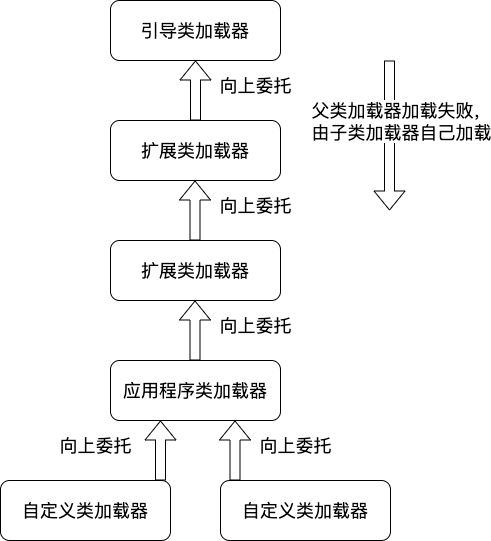
yinyg/notes keeps this draw.io diagram as jvm/images/双亲委派机制.png. Above is the earlier version. Source tidied: cells renumbered, new cells last; positions are measured from the earlier drawing's top-left corner, leaving out a move shared by most shapes. Source of this version:
```xml
<mxGraphModel>
  <root>
    <mxCell id="0" />
    <mxCell id="1" parent="0" />
    <mxCell id="2" value="&lt;font style=&quot;font-size: 18px;&quot;&gt;引导类加载器&lt;/font&gt;" style="rounded=1;whiteSpace=wrap;html=1;" parent="1" vertex="1">
      <mxGeometry x="110" width="170" height="60" as="geometry" />
    </mxCell>
    <mxCell id="3" style="edgeStyle=orthogonalEdgeStyle;shape=flexArrow;rounded=0;jettySize=auto;html=1;exitX=0.5;exitY=0;exitDx=0;exitDy=0;fontSize=18;" parent="1" edge="1" source="4" target="2">
      <mxGeometry relative="1" as="geometry" />
    </mxCell>
    <mxCell id="4" value="&lt;font style=&quot;font-size: 18px;&quot;&gt;扩展类加载器&lt;/font&gt;" style="rounded=1;whiteSpace=wrap;html=1;" parent="1" vertex="1">
      <mxGeometry x="110" y="120" width="170" height="60" as="geometry" />
    </mxCell>
    <mxCell id="5" value="&lt;font style=&quot;font-size: 18px;&quot;&gt;扩展类加载器&lt;/font&gt;" style="rounded=1;whiteSpace=wrap;html=1;" parent="1" vertex="1">
      <mxGeometry x="110" y="240" width="170" height="60" as="geometry" />
    </mxCell>
    <mxCell id="6" value="&lt;font style=&quot;font-size: 18px;&quot;&gt;应用程序类加载器&lt;/font&gt;" style="rounded=1;whiteSpace=wrap;html=1;" parent="1" vertex="1">
      <mxGeometry x="110" y="360" width="170" height="60" as="geometry" />
    </mxCell>
    <mxCell id="7" value="&lt;font style=&quot;font-size: 18px;&quot;&gt;自定义类加载器&lt;/font&gt;" style="rounded=1;whiteSpace=wrap;html=1;" parent="1" vertex="1">
      <mxGeometry x="220" y="480" width="170" height="60" as="geometry" />
    </mxCell>
    <mxCell id="8" value="&lt;font style=&quot;font-size: 18px;&quot;&gt;自定义类加载器&lt;/font&gt;" style="rounded=1;whiteSpace=wrap;html=1;" parent="1" vertex="1">
      <mxGeometry y="480" width="170" height="60" as="geometry" />
    </mxCell>
    <mxCell id="9" value="向上委托" style="text;html=1;align=center;verticalAlign=middle;strokeColor=none;fillColor=none;fontSize=18;" parent="1" vertex="1">
      <mxGeometry x="210" y="310" width="90" height="30" as="geometry" />
    </mxCell>
    <mxCell id="10" value="向上委托" style="text;html=1;align=center;verticalAlign=middle;strokeColor=none;fillColor=none;fontSize=18;" parent="1" vertex="1">
      <mxGeometry x="210" y="190" width="90" height="30" as="geometry" />
    </mxCell>
    <mxCell id="11" value="向上委托" style="text;html=1;align=center;verticalAlign=middle;strokeColor=none;fillColor=none;fontSize=18;" parent="1" vertex="1">
      <mxGeometry x="50" y="430" width="90" height="30" as="geometry" />
    </mxCell>
    <mxCell id="12" value="向上委托" style="text;html=1;align=center;verticalAlign=middle;strokeColor=none;fillColor=none;fontSize=18;" parent="1" vertex="1">
      <mxGeometry x="250" y="430" width="90" height="30" as="geometry" />
    </mxCell>
    <mxCell id="13" value="向上委托" style="text;html=1;align=center;verticalAlign=middle;strokeColor=none;fillColor=none;fontSize=18;" parent="1" vertex="1">
      <mxGeometry x="210" y="70" width="90" height="30" as="geometry" />
    </mxCell>
    <mxCell id="14" style="edgeStyle=orthogonalEdgeStyle;shape=flexArrow;rounded=0;orthogonalLoop=1;jettySize=auto;html=1;exitX=0.25;exitY=1;exitDx=0;exitDy=0;fontSize=18;" parent="1" edge="1">
      <mxGeometry relative="1" as="geometry">
        <mxPoint x="389" y="60" as="sourcePoint" />
        <mxPoint x="389" y="210" as="targetPoint" />
        <Array as="points">
          <mxPoint x="389" y="60" />
          <mxPoint x="389" y="60" />
        </Array>
      </mxGeometry>
    </mxCell>
    <mxCell id="15" value="父类加载器加载失败，&lt;br&gt;由子类加载器自己加载" style="edgeLabel;html=1;align=center;verticalAlign=middle;fontSize=18;" parent="1" vertex="1">
      <mxGeometry x="400" y="120" as="geometry" />
    </mxCell>
    <mxCell id="16" style="edgeStyle=orthogonalEdgeStyle;shape=flexArrow;rounded=0;orthogonalLoop=1;jettySize=auto;html=1;exitX=0.5;exitY=0;exitDx=0;exitDy=0;fontSize=18;" parent="1" edge="1">
      <mxGeometry relative="1" as="geometry">
        <mxPoint x="194.5" y="360" as="sourcePoint" />
        <mxPoint x="194.5" y="300" as="targetPoint" />
      </mxGeometry>
    </mxCell>
    <mxCell id="17" style="edgeStyle=orthogonalEdgeStyle;shape=flexArrow;rounded=0;orthogonalLoop=1;jettySize=auto;html=1;exitX=0.5;exitY=0;exitDx=0;exitDy=0;fontSize=18;" parent="1" edge="1">
      <mxGeometry relative="1" as="geometry">
        <mxPoint x="194.5" y="240" as="sourcePoint" />
        <mxPoint x="194.5" y="180" as="targetPoint" />
      </mxGeometry>
    </mxCell>
    <mxCell id="18" style="edgeStyle=orthogonalEdgeStyle;shape=flexArrow;rounded=0;orthogonalLoop=1;jettySize=auto;html=1;exitX=0.5;exitY=0;exitDx=0;exitDy=0;fontSize=18;" parent="1" edge="1">
      <mxGeometry relative="1" as="geometry">
        <mxPoint x="160" y="480" as="sourcePoint" />
        <mxPoint x="160" y="420" as="targetPoint" />
      </mxGeometry>
    </mxCell>
    <mxCell id="19" style="edgeStyle=orthogonalEdgeStyle;shape=flexArrow;rounded=0;orthogonalLoop=1;jettySize=auto;html=1;exitX=0.5;exitY=0;exitDx=0;exitDy=0;fontSize=18;" parent="1" edge="1">
      <mxGeometry relative="1" as="geometry">
        <mxPoint x="234.5" y="480" as="sourcePoint" />
        <mxPoint x="234.5" y="420" as="targetPoint" />
      </mxGeometry>
    </mxCell>
  </root>
</mxGraphModel>
```
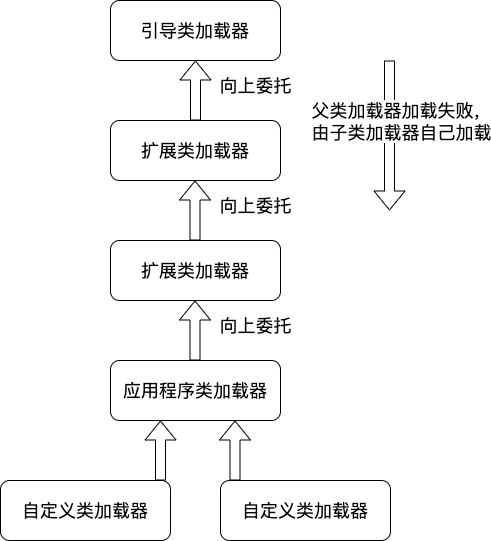
Later version of the same file.

Commit message:
Updated 双亲委派机制.png

The edit, as a diff of the source:
```diff
@@ -29,12 +29,6 @@
     <mxCell id="10" value="向上委托" style="text;html=1;align=center;verticalAlign=middle;strokeColor=none;fillColor=none;fontSize=18;" parent="1" vertex="1">
       <mxGeometry x="210" y="190" width="90" height="30" as="geometry" />
     </mxCell>
-    <mxCell id="11" value="向上委托" style="text;html=1;align=center;verticalAlign=middle;strokeColor=none;fillColor=none;fontSize=18;" parent="1" vertex="1">
-      <mxGeometry x="50" y="430" width="90" height="30" as="geometry" />
-    </mxCell>
-    <mxCell id="12" value="向上委托" style="text;html=1;align=center;verticalAlign=middle;strokeColor=none;fillColor=none;fontSize=18;" parent="1" vertex="1">
-      <mxGeometry x="250" y="430" width="90" height="30" as="geometry" />
-    </mxCell>
     <mxCell id="13" value="向上委托" style="text;html=1;align=center;verticalAlign=middle;strokeColor=none;fillColor=none;fontSize=18;" parent="1" vertex="1">
       <mxGeometry x="210" y="70" width="90" height="30" as="geometry" />
     </mxCell>
```
